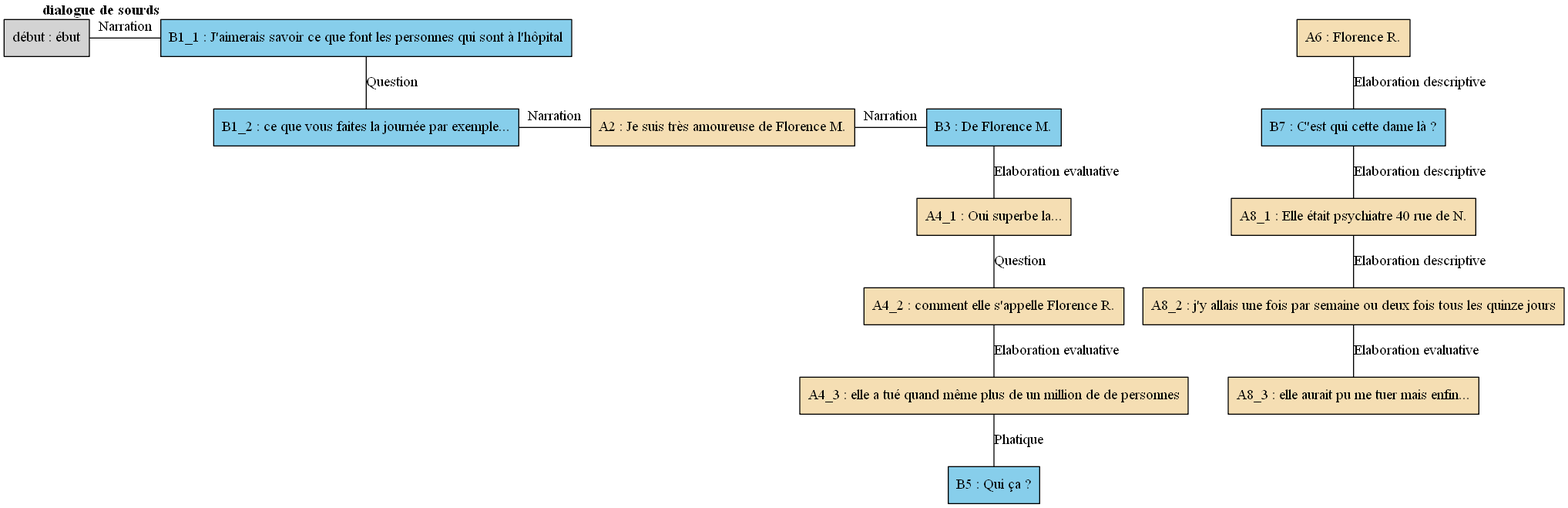
This is arbres/Florence/Florence_-_E06.gv.png from AlaixComet/AnnotationSlamPTut, a Graphviz export, as it was before one commit. Its source is kept beside it as arbres/Florence/Florence_-_E06.gv. Source of this version:
```dot
digraph E06 {
	node [shape=box style=filled]
	"début" [label="début : ébut" xlabel=""]
	B1_1 [label="B1_1 : J'aimerais savoir ce que font les personnes qui sont à l'hôpital" fillcolor=skyblue xlabel=<<B>dialogue de sourds</B>>]
	B1_2 [label="B1_2 : ce que vous faites la journée par exemple..." fillcolor=skyblue xlabel=""]
	A2 [label="A2 : Je suis très amoureuse de Florence M." fillcolor=wheat xlabel=""]
	B3 [label="B3 : De Florence M." fillcolor=skyblue xlabel=""]
	A4_1 [label="A4_1 : Oui superbe la..." fillcolor=wheat xlabel=""]
	A4_2 [label="A4_2 : comment elle s'appelle Florence R." fillcolor=wheat xlabel=""]
	A4_3 [label="A4_3 : elle a tué quand même plus de un million de de personnes" fillcolor=wheat xlabel=""]
	B5 [label="B5 : Qui ça ?" fillcolor=skyblue xlabel=""]
	A6 [label="A6 : Florence R." fillcolor=wheat xlabel=""]
	B7 [label="B7 : C'est qui cette dame là ?" fillcolor=skyblue xlabel=""]
	A8_1 [label="A8_1 : Elle était psychiatre 40 rue de N." fillcolor=wheat xlabel=""]
	A8_2 [label="A8_2 : j'y allais une fois par semaine ou deux fois tous les quinze jours" fillcolor=wheat xlabel=""]
	A8_3 [label="A8_3 : elle aurait pu me tuer mais enfin..." fillcolor=wheat xlabel=""]
	{
		rank=same
		"début"
		B1_1
		"début" -> B1_1 [label=Narration dir=none]
	}
	B1_1 -> B1_2 [label=Question dir=none]
	{
		rank=same
		B1_2
		A2
		B1_2 -> A2 [label=Narration dir=none]
	}
	{
		rank=same
		A2
		B3
		A2 -> B3 [label=Narration dir=none]
	}
	B3 -> A4_1 [label="Elaboration evaluative" dir=none]
	A4_1 -> A4_2 [label=Question dir=none]
	A4_2 -> A4_3 [label="Elaboration evaluative" dir=none]
	A4_3 -> B5 [label=Phatique dir=none]
	A6 -> B7 [label="Elaboration descriptive" dir=none]
	B7 -> A8_1 [label="Elaboration descriptive" dir=none]
	A8_1 -> A8_2 [label="Elaboration descriptive" dir=none]
	A8_2 -> A8_3 [label="Elaboration evaluative" dir=none]
}
```
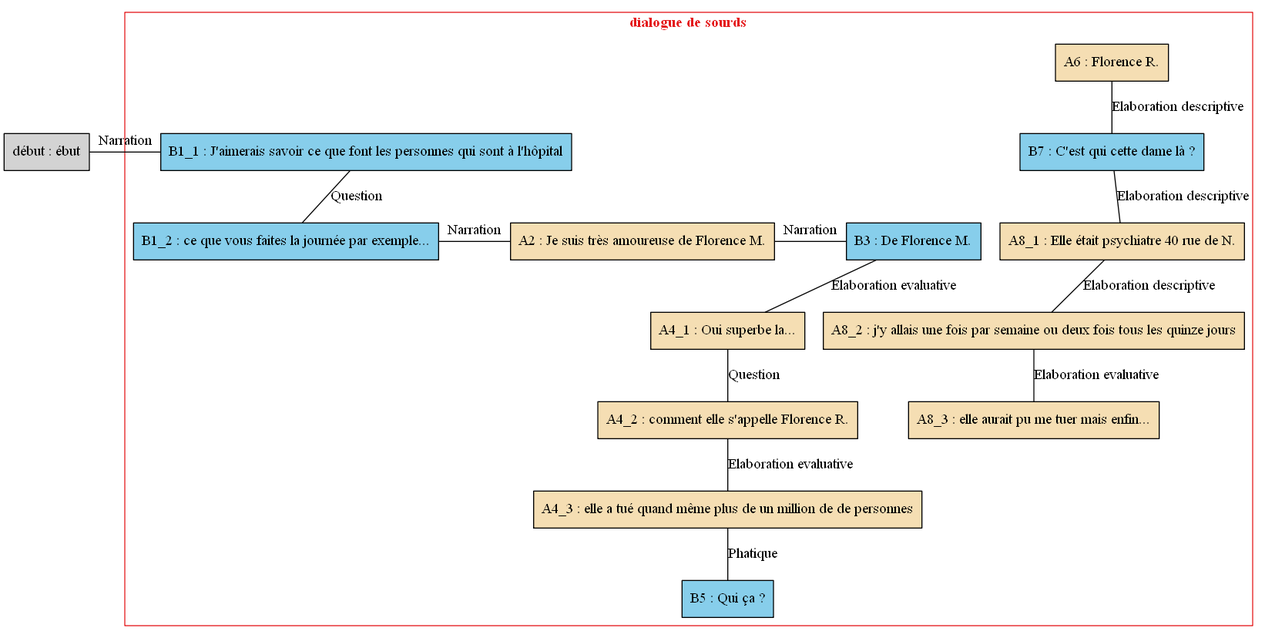
After the change.

Diff of the diagram source:
```diff
@@ -1,44 +1,54 @@
 digraph E06 {
 	node [shape=box style=filled]
-	"début" [label="début : ébut" xlabel=""]
-	B1_1 [label="B1_1 : J'aimerais savoir ce que font les personnes qui sont à l'hôpital" fillcolor=skyblue xlabel=<<B>dialogue de sourds</B>>]
-	B1_2 [label="B1_2 : ce que vous faites la journée par exemple..." fillcolor=skyblue xlabel=""]
-	A2 [label="A2 : Je suis très amoureuse de Florence M." fillcolor=wheat xlabel=""]
-	B3 [label="B3 : De Florence M." fillcolor=skyblue xlabel=""]
-	A4_1 [label="A4_1 : Oui superbe la..." fillcolor=wheat xlabel=""]
-	A4_2 [label="A4_2 : comment elle s'appelle Florence R." fillcolor=wheat xlabel=""]
-	A4_3 [label="A4_3 : elle a tué quand même plus de un million de de personnes" fillcolor=wheat xlabel=""]
-	B5 [label="B5 : Qui ça ?" fillcolor=skyblue xlabel=""]
-	A6 [label="A6 : Florence R." fillcolor=wheat xlabel=""]
-	B7 [label="B7 : C'est qui cette dame là ?" fillcolor=skyblue xlabel=""]
-	A8_1 [label="A8_1 : Elle était psychiatre 40 rue de N." fillcolor=wheat xlabel=""]
-	A8_2 [label="A8_2 : j'y allais une fois par semaine ou deux fois tous les quinze jours" fillcolor=wheat xlabel=""]
-	A8_3 [label="A8_3 : elle aurait pu me tuer mais enfin..." fillcolor=wheat xlabel=""]
-	{
-		rank=same
-		"début"
+	newrank=true
+	zero [style=invis]
+	"début" [label="début : ébut"]
+	B1_1 [label="B1_1 : J'aimerais savoir ce que font les personnes qui sont à l'hôpital" fillcolor=skyblue]
+	B1_2 [label="B1_2 : ce que vous faites la journée par exemple..." fillcolor=skyblue]
+	A2 [label="A2 : Je suis très amoureuse de Florence M." fillcolor=wheat]
+	B3 [label="B3 : De Florence M." fillcolor=skyblue]
+	A4_1 [label="A4_1 : Oui superbe la..." fillcolor=wheat]
+	A4_2 [label="A4_2 : comment elle s'appelle Florence R." fillcolor=wheat]
+	A4_3 [label="A4_3 : elle a tué quand même plus de un million de de personnes" fillcolor=wheat]
+	B5 [label="B5 : Qui ça ?" fillcolor=skyblue]
+	A6 [label="A6 : Florence R." fillcolor=wheat]
+	B7 [label="B7 : C'est qui cette dame là ?" fillcolor=skyblue]
+	A8_1 [label="A8_1 : Elle était psychiatre 40 rue de N." fillcolor=wheat]
+	A8_2 [label="A8_2 : j'y allais une fois par semaine ou deux fois tous les quinze jours" fillcolor=wheat]
+	A8_3 [label="A8_3 : elle aurait pu me tuer mais enfin..." fillcolor=wheat]
+	zero -> "début" [label="" style=invis]
+	zero -> B1_1 [style=invis weight=1]
+	"début" -> B1_1 [label=Narration constraint=false dir=none]
+	B1_1 -> B1_2 [label=Question dir=none weight=2]
+	B1_1 -> A2 [style=invis weight=1]
+	B1_2 -> A2 [label=Narration constraint=false dir=none]
+	B1_1 -> B3 [style=invis weight=1]
+	A2 -> B3 [label=Narration constraint=false dir=none]
+	B3 -> A4_1 [label="Elaboration evaluative" dir=none weight=2]
+	A4_1 -> A4_2 [label=Question dir=none weight=2]
+	A4_2 -> A4_3 [label="Elaboration evaluative" dir=none weight=2]
+	A4_3 -> B5 [label=Phatique dir=none weight=2]
+	A6 -> B7 [label="Elaboration descriptive" dir=none weight=2]
+	B7 -> A8_1 [label="Elaboration descriptive" dir=none weight=2]
+	A8_1 -> A8_2 [label="Elaboration descriptive" dir=none weight=2]
+	A8_2 -> A8_3 [label="Elaboration evaluative" dir=none weight=2]
+	subgraph cluster_1 {
+		label=<<B>dialogue de sourds</B>>
+		colorscheme=set19
+		color=1
+		fontcolor=1
 		B1_1
-		"début" -> B1_1 [label=Narration dir=none]
-	}
-	B1_1 -> B1_2 [label=Question dir=none]
-	{
-		rank=same
 		B1_2
 		A2
-		B1_2 -> A2 [label=Narration dir=none]
+		B3
+		A4_1
+		A4_2
+		A4_3
+		B5
+		A6
+		B7
+		A8_1
+		A8_2
+		A8_3
 	}
-	{
-		rank=same
-		A2
-		B3
-		A2 -> B3 [label=Narration dir=none]
-	}
-	B3 -> A4_1 [label="Elaboration evaluative" dir=none]
-	A4_1 -> A4_2 [label=Question dir=none]
-	A4_2 -> A4_3 [label="Elaboration evaluative" dir=none]
-	A4_3 -> B5 [label=Phatique dir=none]
-	A6 -> B7 [label="Elaboration descriptive" dir=none]
-	B7 -> A8_1 [label="Elaboration descriptive" dir=none]
-	A8_1 -> A8_2 [label="Elaboration descriptive" dir=none]
-	A8_2 -> A8_3 [label="Elaboration evaluative" dir=none]
 }
```
